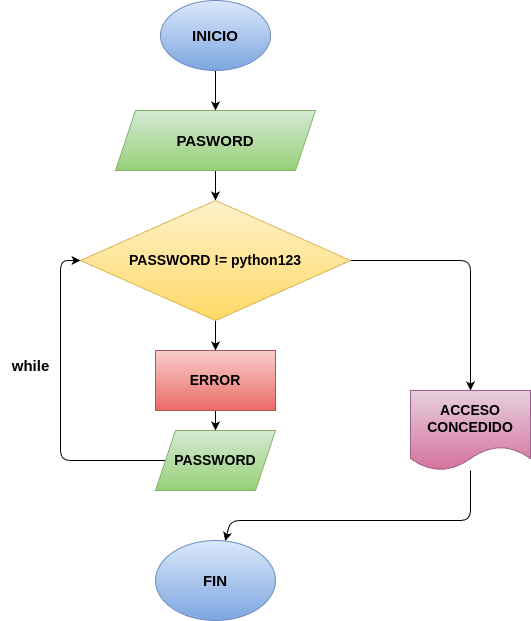
The draw.io diagram Ejercicio_1/diagrama.png in andrespinillacolegioguanenta/INTRUCCIONES_REP, before a commit. Source tidied: cells renumbered, new cells last; positions are measured from the earlier drawing's top-left corner, leaving out a move shared by most shapes.
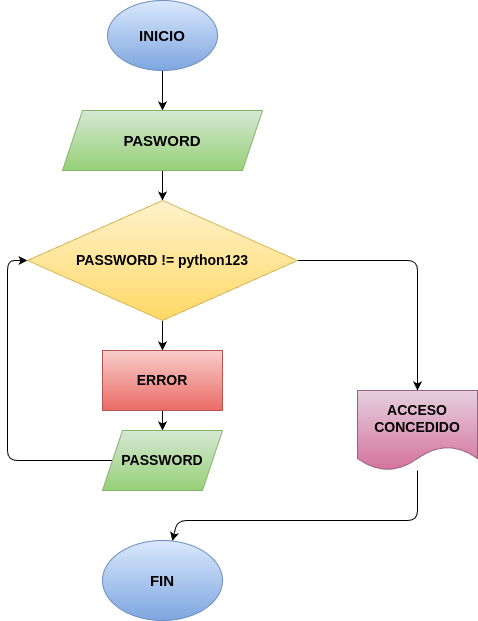
Later version of the same file.

The edit, as a diff of the source:
```diff
@@ -41,9 +41,6 @@
     <mxCell id="11" value="FIN" style="ellipse;whiteSpace=wrap;html=1;fontStyle=1;fontSize=15;fillColor=#dae8fc;gradientColor=#7ea6e0;strokeColor=#6c8ebf;" parent="1" vertex="1">
       <mxGeometry x="155" y="540" width="120" height="80" as="geometry" />
     </mxCell>
-    <mxCell id="12" value="while" style="text;html=1;align=center;verticalAlign=middle;strokeColor=none;fillColor=none;fontStyle=1;fontSize=15;" parent="1" vertex="1">
-      <mxGeometry y="350" width="60" height="30" as="geometry" />
-    </mxCell>
     <mxCell id="13" style="edgeStyle=none;html=1;" parent="1" edge="1" source="14" target="16">
       <mxGeometry relative="1" as="geometry" />
     </mxCell>
```
